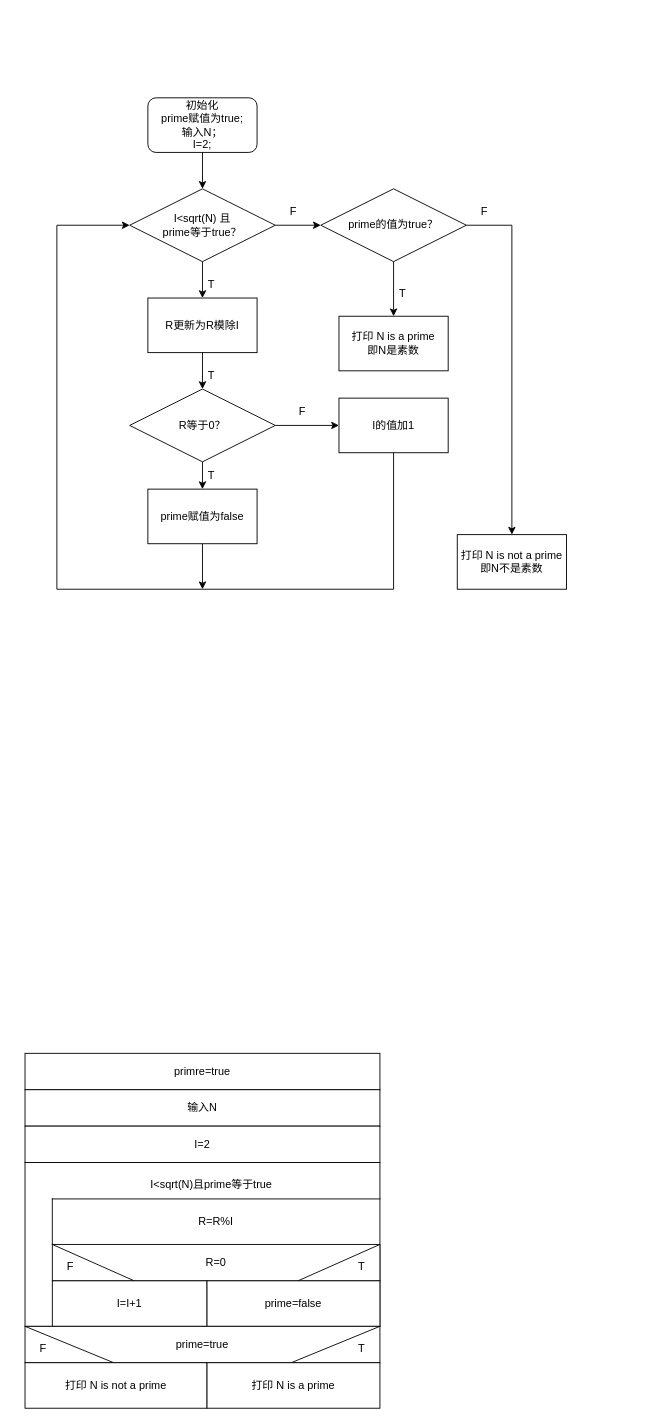
Above: 03.drawio in BarnabyAlexandraBaron/magmaRelease (draw.io), before the change. Source tidied: cells renumbered, new cells numbered last; positions are measured from the earlier drawing's top-left corner, leaving out a move shared by most shapes. Both pictures are drawn from the tidied source at 91%, with x=0, y=0 at pixel (15, 97).
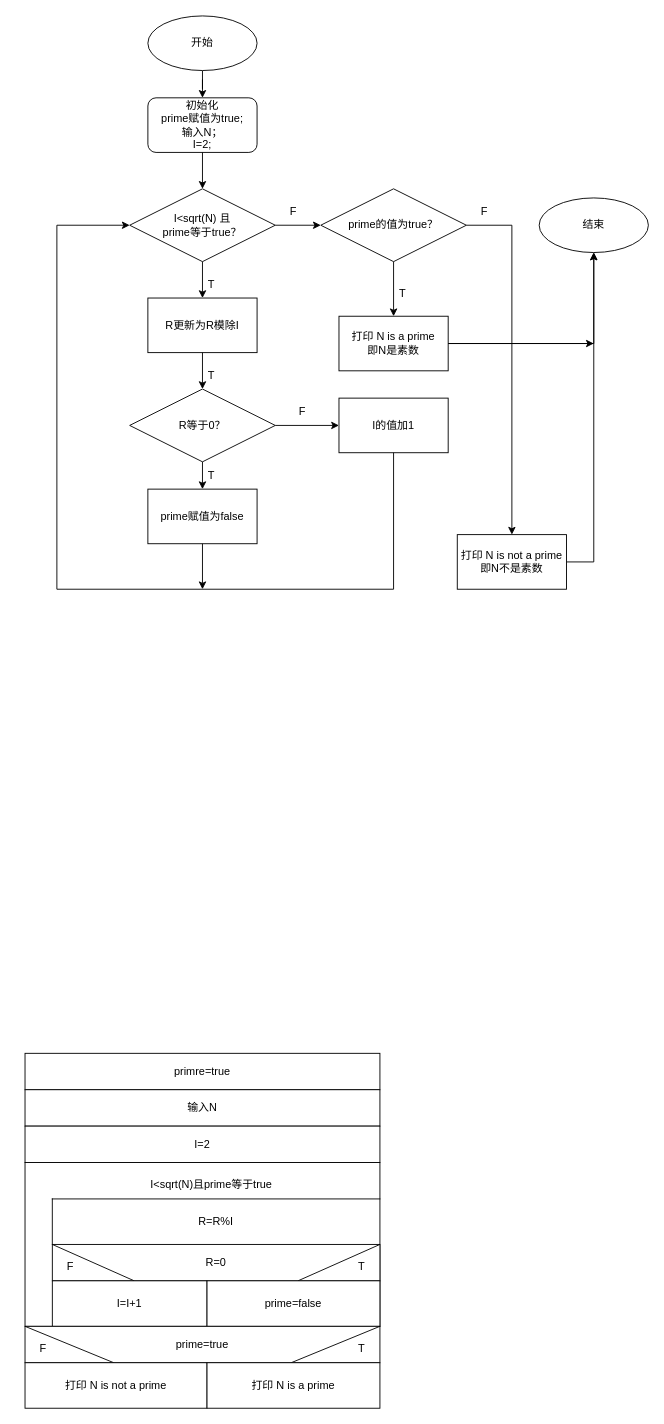
The same diagram, later.

The change refers to these unchanged cells:
```xml
<mxCell id="2" value="初始化&lt;br&gt;prime赋值为true;&lt;br&gt;输入N；&lt;br&gt;I=2;" style="rounded=1;whiteSpace=wrap;html=1;" parent="1" vertex="1">
  <mxGeometry x="145" width="120" height="60" as="geometry" />
</mxCell>
<mxCell id="21" value="打印 N is a prime&lt;br&gt;即N是素数" style="rounded=0;whiteSpace=wrap;html=1;" parent="1" vertex="1">
  <mxGeometry x="355" y="240" width="120" height="60" as="geometry" />
</mxCell>
<mxCell id="25" value="打印 N is not a prime&lt;br&gt;即N不是素数" style="rounded=0;whiteSpace=wrap;html=1;" parent="1" vertex="1">
  <mxGeometry x="485" y="480" width="120" height="60" as="geometry" />
</mxCell>
```

The edit, as a diff of the source:
```diff
@@
+    <mxCell id="48" style="edgeStyle=orthogonalEdgeStyle;rounded=0;jettySize=auto;html=1;" parent="1" edge="1" source="21" target="52">
+      <mxGeometry relative="1" as="geometry" />
+    </mxCell>
@@
+    <mxCell id="49" style="edgeStyle=orthogonalEdgeStyle;rounded=0;jettySize=auto;html=1;entryX=0.5;entryY=1;entryDx=0;entryDy=0;" parent="1" edge="1" source="25" target="52">
+      <mxGeometry relative="1" as="geometry">
+        <Array as="points">
+          <mxPoint x="635" y="510" />
+        </Array>
+      </mxGeometry>
+    </mxCell>
@@
+    <mxCell id="50" style="edgeStyle=orthogonalEdgeStyle;rounded=0;jettySize=auto;html=1;" parent="1" edge="1" source="51" target="2">
+      <mxGeometry relative="1" as="geometry" />
+    </mxCell>
+    <mxCell id="51" value="开始" style="ellipse;whiteSpace=wrap;html=1;" parent="1" vertex="1">
+      <mxGeometry x="145" y="-90" width="120" height="60" as="geometry" />
+    </mxCell>
+    <mxCell id="52" value="结束" style="ellipse;whiteSpace=wrap;html=1;" parent="1" vertex="1">
+      <mxGeometry x="575" y="110" width="120" height="60" as="geometry" />
+    </mxCell>
+    <mxCell id="53" style="endArrow=classic;html=1;rounded=0;exitX=1;exitY=0.5;exitDx=0;exitDy=0;" parent="1" edge="1" source="21">
+      <mxGeometry relative="1" as="geometry">
+        <mxPoint x="635" y="270" as="targetPoint" />
+      </mxGeometry>
+    </mxCell>
```
